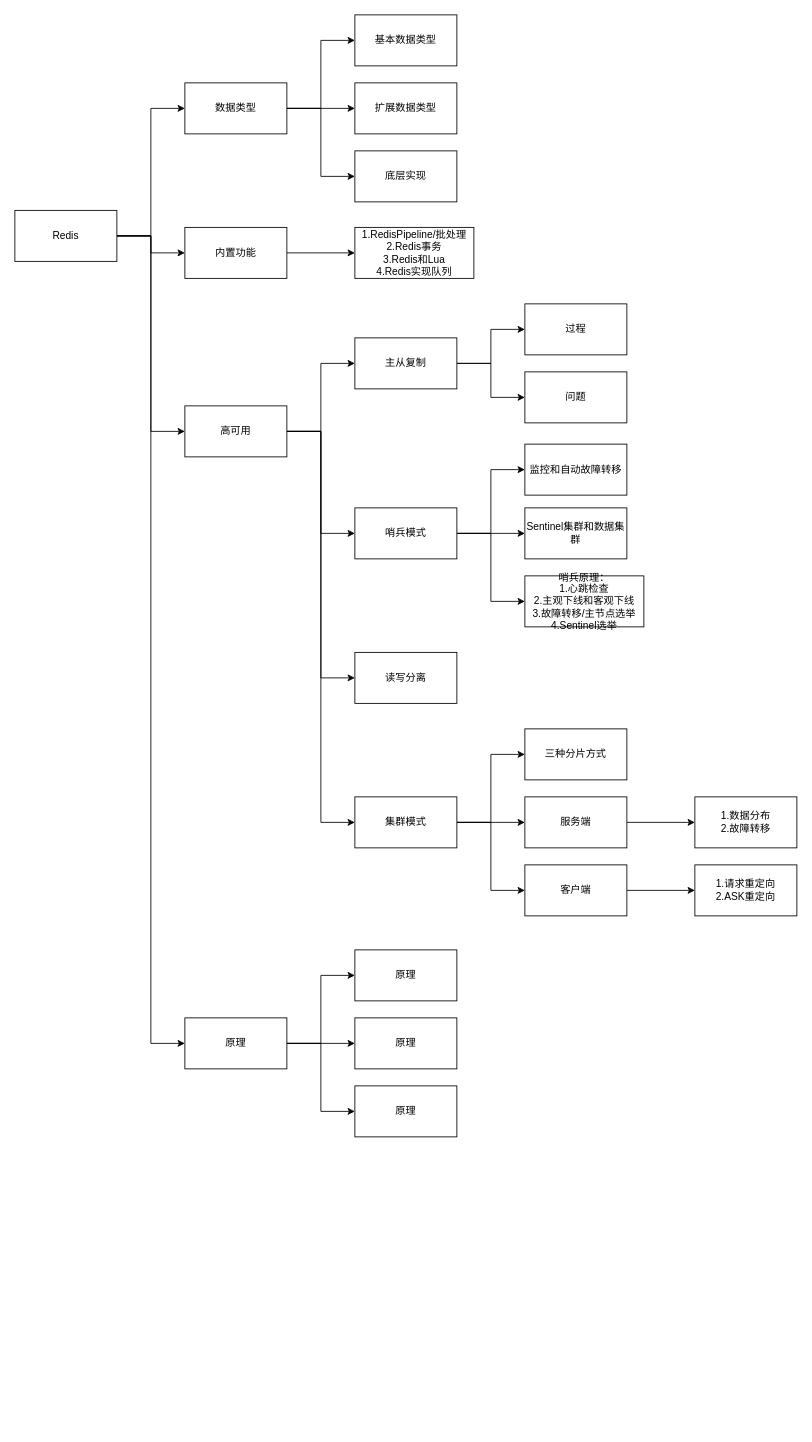
Earlier version of the draw.io diagram images/draw/Redis.drawio (wt1814/wt1814.github.io). Source tidied: cells renumbered, new cells numbered last; positions are measured from the earlier drawing's top-left corner, leaving out a move shared by most shapes. Both pictures are drawn from the tidied source at 85%, with x=0, y=0 at pixel (14, 14).
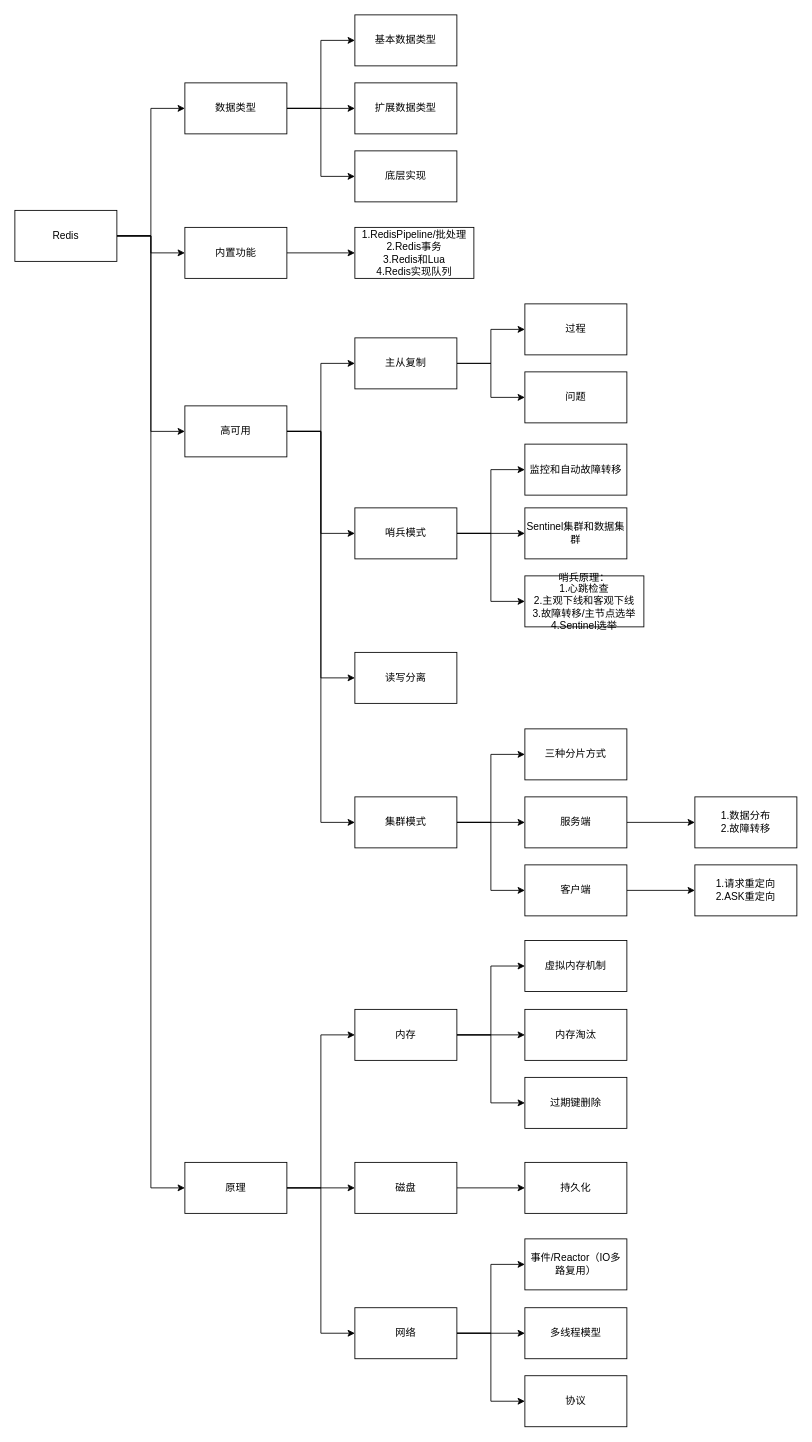
After the change.

What changed in the source:
```diff
@@
-    <mxCell id="11" style="edgeStyle=orthogonalEdgeStyle;rounded=0;jettySize=auto;html=1;" parent="1" edge="1" source="14" target="50">
+    <mxCell id="11" style="edgeStyle=orthogonalEdgeStyle;rounded=0;jettySize=auto;html=1;entryX=0;entryY=0.5;entryDx=0;entryDy=0;" parent="1" edge="1" source="14" target="50">
       <mxGeometry relative="1" as="geometry" />
     </mxCell>
@@
     <mxCell id="14" value="原理" style="rounded=0;whiteSpace=wrap;html=1;" parent="1" vertex="1">
-      <mxGeometry x="200" y="1180" width="120" height="60" as="geometry" />
+      <mxGeometry x="200" y="1350" width="120" height="60" as="geometry" />
     </mxCell>
@@
+    <mxCell id="53" style="edgeStyle=orthogonalEdgeStyle;rounded=0;jettySize=auto;html=1;" parent="1" edge="1" source="50" target="66">
+      <mxGeometry relative="1" as="geometry" />
+    </mxCell>
-    <mxCell id="50" value="原理" style="rounded=0;whiteSpace=wrap;html=1;" parent="1" vertex="1">
-      <mxGeometry x="400" y="1180" width="120" height="60" as="geometry" />
+    <mxCell id="50" value="磁盘" style="rounded=0;whiteSpace=wrap;html=1;" parent="1" vertex="1">
+      <mxGeometry x="400" y="1350" width="120" height="60" as="geometry" />
     </mxCell>
+    <mxCell id="54" style="edgeStyle=orthogonalEdgeStyle;rounded=0;jettySize=auto;html=1;entryX=0;entryY=0.5;entryDx=0;entryDy=0;" parent="1" edge="1" source="51" target="65">
+      <mxGeometry relative="1" as="geometry">
+        <Array as="points">
+          <mxPoint x="560" y="1551" />
+          <mxPoint x="560" y="1470" />
+        </Array>
+      </mxGeometry>
+    </mxCell>
+    <mxCell id="55" style="edgeStyle=orthogonalEdgeStyle;rounded=0;jettySize=auto;html=1;" parent="1" edge="1" source="51" target="63">
+      <mxGeometry relative="1" as="geometry" />
+    </mxCell>
+    <mxCell id="56" style="edgeStyle=orthogonalEdgeStyle;rounded=0;jettySize=auto;html=1;entryX=0;entryY=0.5;entryDx=0;entryDy=0;" parent="1" edge="1" source="51" target="64">
+      <mxGeometry relative="1" as="geometry" />
+    </mxCell>
-    <mxCell id="51" value="原理" style="rounded=0;whiteSpace=wrap;html=1;" parent="1" vertex="1">
-      <mxGeometry x="400" y="1260" width="120" height="60" as="geometry" />
+    <mxCell id="51" value="网络" style="rounded=0;whiteSpace=wrap;html=1;" parent="1" vertex="1">
+      <mxGeometry x="400" y="1521" width="120" height="60" as="geometry" />
     </mxCell>
+    <mxCell id="57" style="edgeStyle=orthogonalEdgeStyle;rounded=0;jettySize=auto;html=1;entryX=0;entryY=0.5;entryDx=0;entryDy=0;" parent="1" edge="1" source="52" target="62">
+      <mxGeometry relative="1" as="geometry" />
+    </mxCell>
+    <mxCell id="58" style="edgeStyle=orthogonalEdgeStyle;rounded=0;jettySize=auto;html=1;entryX=0;entryY=0.5;entryDx=0;entryDy=0;" parent="1" edge="1" source="52" target="60">
+      <mxGeometry relative="1" as="geometry" />
+    </mxCell>
+    <mxCell id="59" style="edgeStyle=orthogonalEdgeStyle;rounded=0;jettySize=auto;html=1;entryX=0;entryY=0.5;entryDx=0;entryDy=0;" parent="1" edge="1" source="52" target="61">
+      <mxGeometry relative="1" as="geometry" />
+    </mxCell>
-    <mxCell id="52" value="原理" style="rounded=0;whiteSpace=wrap;html=1;" parent="1" vertex="1">
-      <mxGeometry x="400" y="1100" width="120" height="60" as="geometry" />
+    <mxCell id="52" value="内存" style="rounded=0;whiteSpace=wrap;html=1;" parent="1" vertex="1">
+      <mxGeometry x="400" y="1170" width="120" height="60" as="geometry" />
     </mxCell>
+    <mxCell id="60" value="内存淘汰" style="rounded=0;whiteSpace=wrap;html=1;" parent="1" vertex="1">
+      <mxGeometry x="600" y="1170" width="120" height="60" as="geometry" />
+    </mxCell>
+    <mxCell id="61" value="过期键删除" style="rounded=0;whiteSpace=wrap;html=1;" parent="1" vertex="1">
+      <mxGeometry x="600" y="1250" width="120" height="60" as="geometry" />
+    </mxCell>
+    <mxCell id="62" value="虚拟内存机制" style="rounded=0;whiteSpace=wrap;html=1;" parent="1" vertex="1">
+      <mxGeometry x="600" y="1089" width="120" height="60" as="geometry" />
+    </mxCell>
+    <mxCell id="63" value="多线程模型" style="rounded=0;whiteSpace=wrap;html=1;" parent="1" vertex="1">
+      <mxGeometry x="600" y="1521" width="120" height="60" as="geometry" />
+    </mxCell>
+    <mxCell id="64" value="协议" style="rounded=0;whiteSpace=wrap;html=1;" parent="1" vertex="1">
+      <mxGeometry x="600" y="1601" width="120" height="60" as="geometry" />
+    </mxCell>
+    <mxCell id="65" value="事件/Reactor（IO多路复用）" style="rounded=0;whiteSpace=wrap;html=1;" parent="1" vertex="1">
+      <mxGeometry x="600" y="1440" width="120" height="60" as="geometry" />
+    </mxCell>
+    <mxCell id="66" value="持久化" style="rounded=0;whiteSpace=wrap;html=1;" parent="1" vertex="1">
+      <mxGeometry x="600" y="1350" width="120" height="60" as="geometry" />
+    </mxCell>
```
